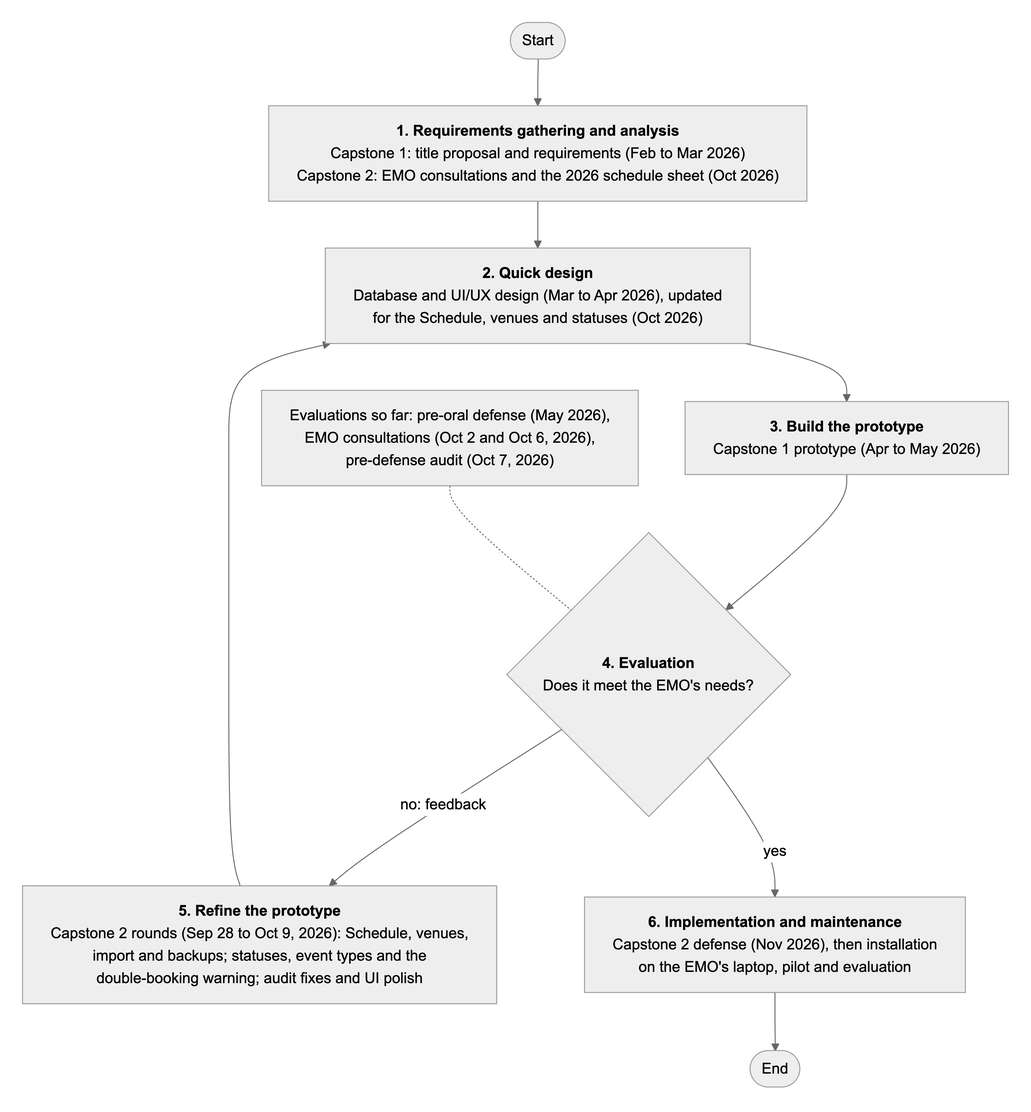
Above: docs/paper/diagrams/prototyping-model.png in XyroneKyleYlanan/EMO-Tracker (Mermaid), before the change. Its source is kept beside it as docs/paper/diagrams/src/prototyping-model.mmd. Its diagram source:
```mermaid
---
config:
  flowchart:
    wrappingWidth: 540
---
flowchart TD
    S(["Start"]) --> R["`**1. Requirements gathering and analysis**
    Capstone 1: title proposal and requirements (Feb to Mar 2026)
    Capstone 2: EMO consultations and the 2026 schedule sheet (Oct 2026)`"]
    R --> Q["`**2. Quick design**
    Database and UI/UX design (Mar to Apr 2026), updated
    for the Schedule, venues and statuses (Oct 2026)`"]
    Q --> B["`**3. Build the prototype**
    Capstone 1 prototype (Apr to May 2026)`"]
    B --> E{"`**4. Evaluation**
    Does it meet the EMO's needs?`"}
    E -- "no: feedback" --> F["`**5. Refine the prototype**
    Capstone 2 rounds (Sep 28 to Oct 9, 2026): Schedule, venues,
    import and backups; statuses, event types and the
    double-booking warning; audit fixes and UI polish`"]
    F --> Q
    E -- yes --> I["`**6. Implementation and maintenance**
    Capstone 2 defense (Nov 2026), then installation
    on the EMO's laptop, pilot and evaluation`"]
    I --> X(["End"])
    EN["`Evaluations so far: pre-oral defense (May 2026),
    EMO consultations (Oct 2 and Oct 6, 2026),
    pre-defense audit (Oct 7, 2026)`"] -.- E
```
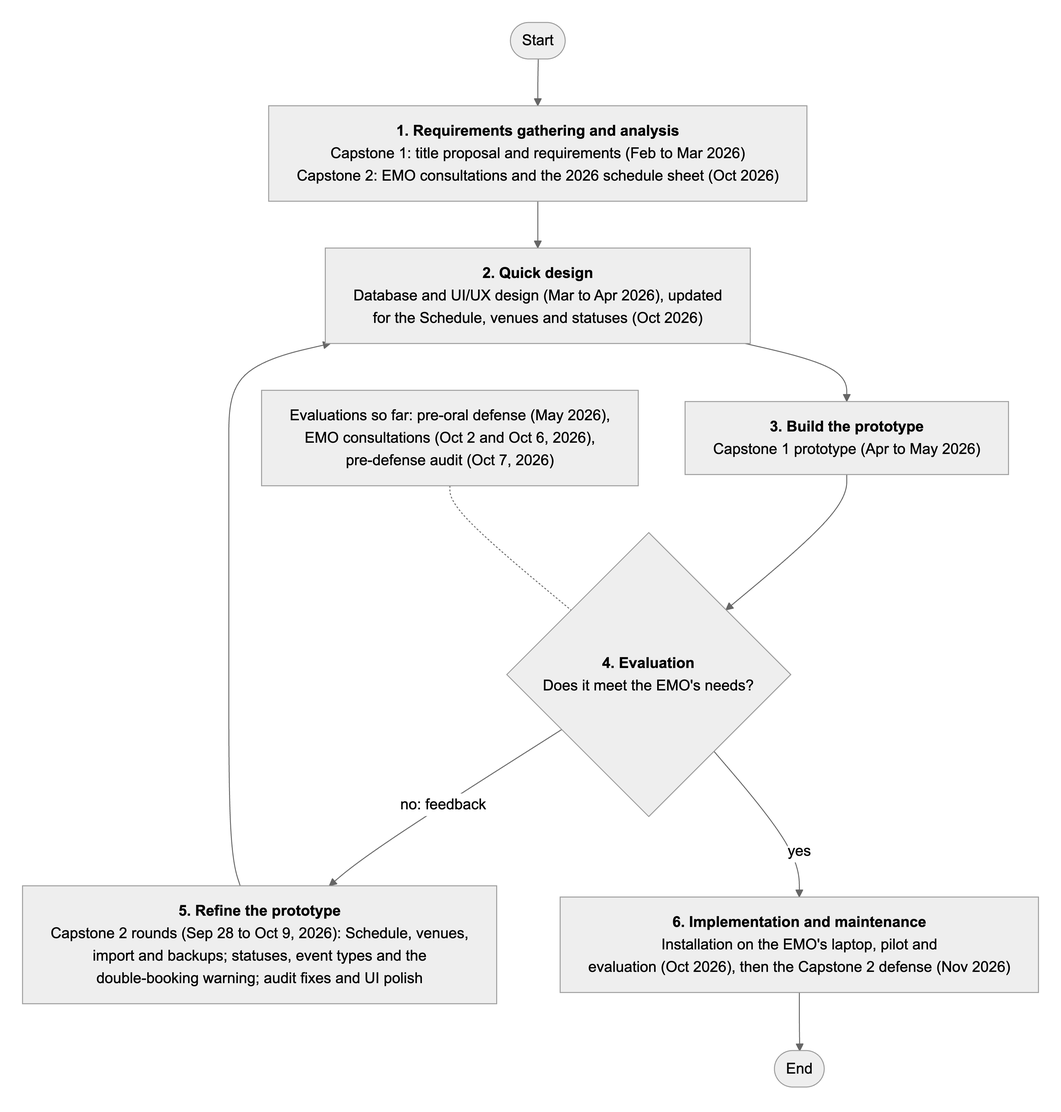
After the change.

Commit message:
Gantt chart in the template style; installation and pilot before the defense

What changed in the source:
```diff
@@ -20,8 +20,8 @@
     double-booking warning; audit fixes and UI polish`"]
     F --> Q
     E -- yes --> I["`**6. Implementation and maintenance**
-    Capstone 2 defense (Nov 2026), then installation
-    on the EMO's laptop, pilot and evaluation`"]
+    Installation on the EMO's laptop, pilot and
+    evaluation (Oct 2026), then the Capstone 2 defense (Nov 2026)`"]
     I --> X(["End"])
     EN["`Evaluations so far: pre-oral defense (May 2026),
     EMO consultations (Oct 2 and Oct 6, 2026),
```
